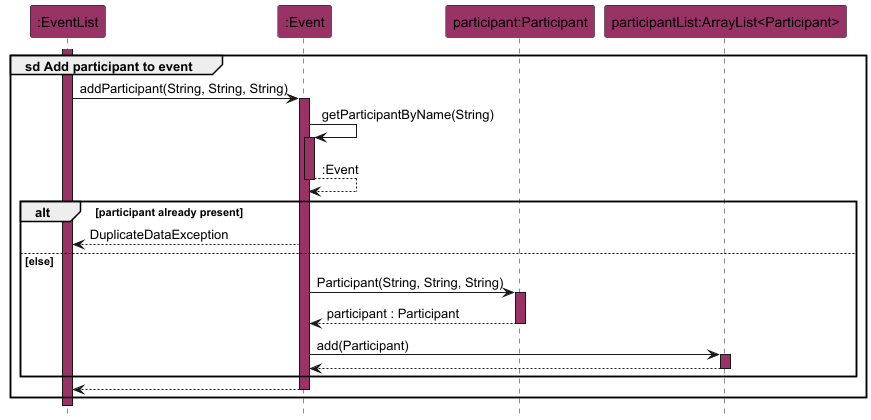
This is docs/images/AddParticipantEventSequenceDiagram.png from nus-cs2113-AY2425S1/tp, a PlantUML export, as it was before one commit.
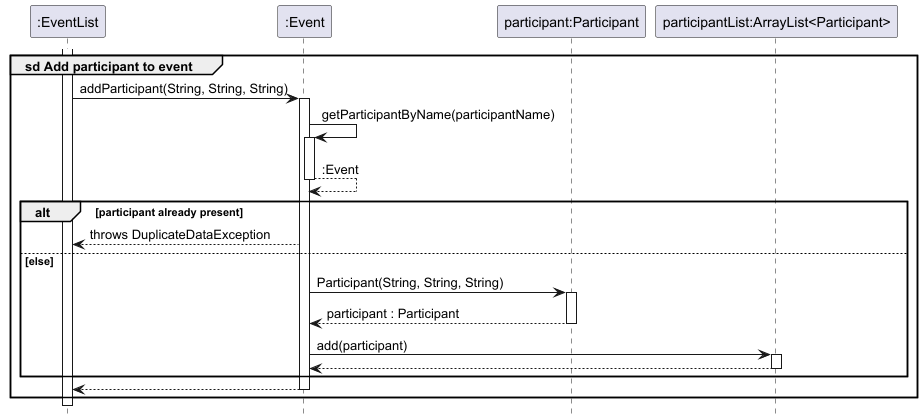
Later version of the same file.

Change to the diagram source:
```diff
@@ -2,30 +2,30 @@
 !include style.puml
 hide footbox
 
-participant ":EventList" as eventList EVENT_COLOUR
-participant ":Event" as event EVENT_COLOUR
-participant "participant:Participant" as participant EVENT_COLOUR
-participant "participantList:ArrayList<Participant>" as participantList EVENT_COLOUR
+participant ":EventList" as eventList
+participant ":Event" as event
+participant "participant:Participant" as participant
+participant "participantList:ArrayList<Participant>" as participantList
 
 group sd Add participant to event
-    activate eventList EVENT_COLOUR
+    activate eventList
 
     eventList -> event : addParticipant(String, String, String)
-    activate event EVENT_COLOUR
+    activate event
 
-    event -> event : getParticipantByName(String)
-    activate event EVENT_COLOUR
+    event -> event : getParticipantByName(participantName)
+    activate event
     return :Event
 
     alt participant already present
-        event --> eventList:DuplicateDataException
+        event --> eventList:throws DuplicateDataException
     else else
         event -> participant : Participant(String, String, String)
-        activate participant EVENT_COLOUR
+        activate participant
         return participant : Participant
 
-        event -> participantList : add(Participant)
-        activate participantList EVENT_COLOUR
+        event -> participantList : add(participant)
+        activate participantList
         return
     end
 
```
